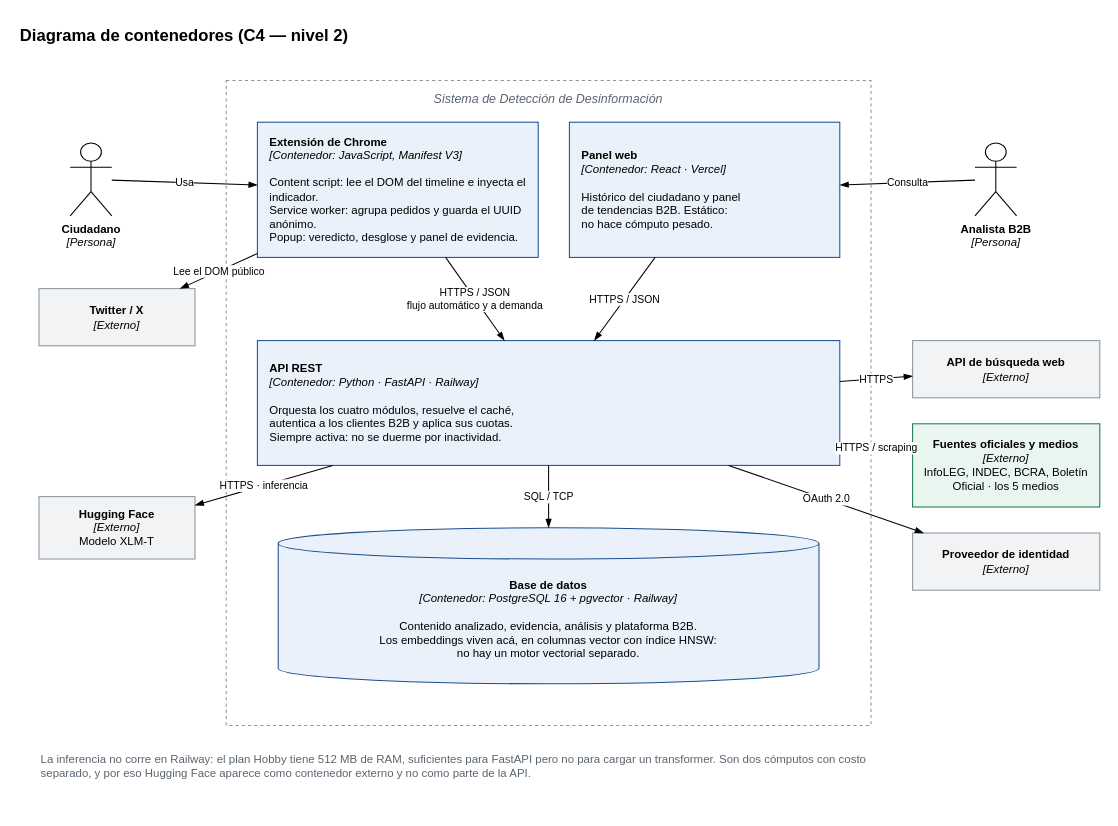
Earlier version of the draw.io diagram wiki/assets/diagramas/c4-contenedores.drawio (martinnbejarano/PFI-Wiki). Source tidied: cells renumbered, new cells numbered last; positions are measured from the earlier drawing's top-left corner, leaving out a move shared by most shapes. Both pictures are drawn from the tidied source at 104%, with x=0, y=0 at pixel (18, 18).
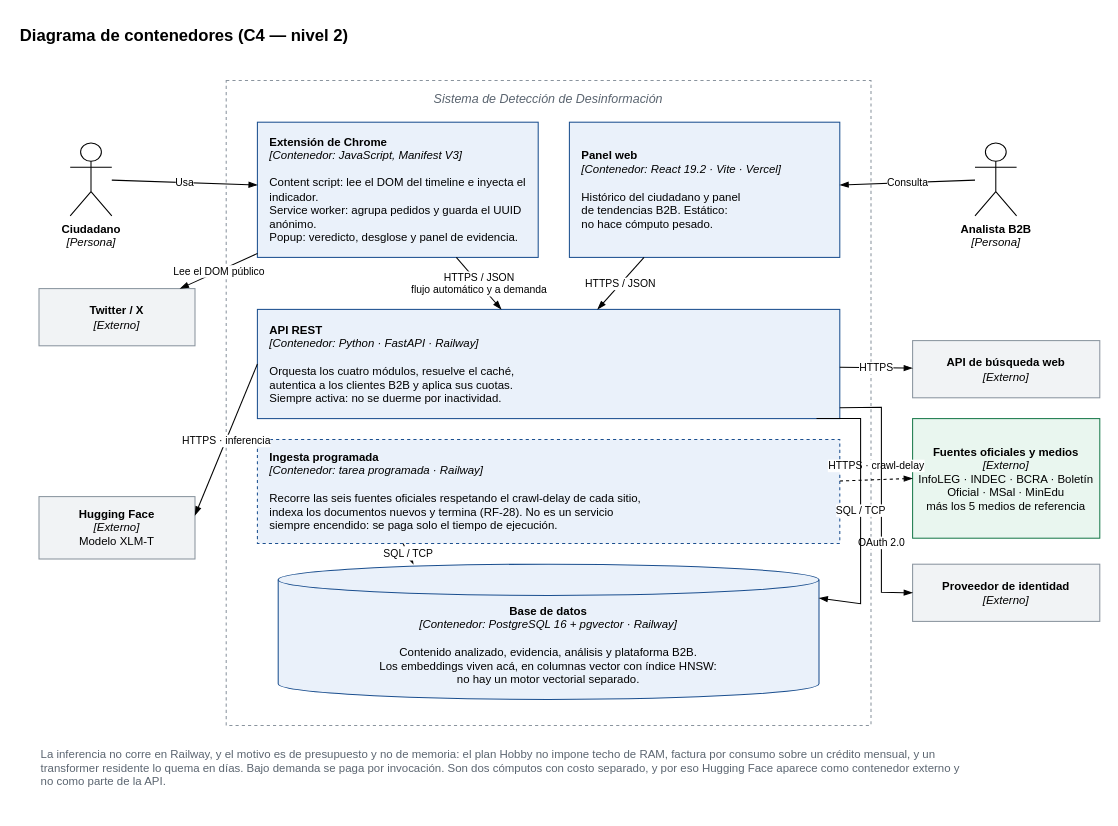
After the change.

The change refers to these unchanged cells:
```xml
<mxCell id="11" value="&lt;b&gt;Hugging Face&lt;/b&gt;&#10;&lt;i&gt;[Externo]&lt;/i&gt;&#10;Modelo XLM-T" style="rounded=0;whiteSpace=wrap;html=1;fillColor=#f1f3f5;strokeColor=#8a949e;fontSize=11;" parent="1" vertex="1">
  <mxGeometry x="20" y="460" width="150" height="60" as="geometry" />
</mxCell>
```

Change to the diagram source:
```diff
@@
-    <mxCell id="5" value="&lt;b&gt;Panel web&lt;/b&gt;&#10;&lt;i&gt;[Contenedor: React · Vercel]&lt;/i&gt;&#10;&#10;Histórico del ciudadano y panel&#10;de tendencias B2B. Estático:&#10;no hace cómputo pesado." style="rounded=0;whiteSpace=wrap;html=1;fillColor=#eaf1fa;strokeColor=#1b4f8f;fontSize=11;align=left;spacingLeft=10;" parent="1" vertex="1">
+    <mxCell id="5" value="&lt;b&gt;Panel web&lt;/b&gt;&#10;&lt;i&gt;[Contenedor: React 19.2 · Vite · Vercel]&lt;/i&gt;&#10;&#10;Histórico del ciudadano y panel&#10;de tendencias B2B. Estático:&#10;no hace cómputo pesado." style="rounded=0;whiteSpace=wrap;html=1;fillColor=#eaf1fa;strokeColor=#1b4f8f;fontSize=11;align=left;spacingLeft=10;" parent="1" vertex="1">
       <mxGeometry x="530" y="100" width="260" height="130" as="geometry" />
     </mxCell>
     <mxCell id="6" value="&lt;b&gt;API REST&lt;/b&gt;&#10;&lt;i&gt;[Contenedor: Python · FastAPI · Railway]&lt;/i&gt;&#10;&#10;Orquesta los cuatro módulos, resuelve el caché,&#10;autentica a los clientes B2B y aplica sus cuotas.&#10;Siempre activa: no se duerme por inactividad." style="rounded=0;whiteSpace=wrap;html=1;fillColor=#eaf1fa;strokeColor=#1b4f8f;fontSize=11;align=left;spacingLeft=10;" parent="1" vertex="1">
-      <mxGeometry x="230" y="310" width="560" height="120" as="geometry" />
+      <mxGeometry x="230" y="280" width="560" height="105" as="geometry" />
     </mxCell>
+    <mxCell id="26" value="&lt;b&gt;Ingesta programada&lt;/b&gt;&#10;&lt;i&gt;[Contenedor: tarea programada · Railway]&lt;/i&gt;&#10;&#10;Recorre las seis fuentes oficiales respetando el crawl-delay de cada sitio,&#10;indexa los documentos nuevos y termina (RF-28). No es un servicio&#10;siempre encendido: se paga solo el tiempo de ejecución." style="rounded=0;whiteSpace=wrap;html=1;fillColor=#eaf1fa;strokeColor=#1b4f8f;fontSize=11;align=left;spacingLeft=10;dashed=1;" parent="1" vertex="1">
+      <mxGeometry x="230" y="405" width="560" height="100" as="geometry" />
+    </mxCell>
     <mxCell id="7" value="&lt;b&gt;Base de datos&lt;/b&gt;&#10;&lt;i&gt;[Contenedor: PostgreSQL 16 + pgvector · Railway]&lt;/i&gt;&#10;&#10;Contenido analizado, evidencia, análisis y plataforma B2B.&#10;Los embeddings viven acá, en columnas vector con índice HNSW:&#10;no hay un motor vectorial separado." style="shape=cylinder3;boundedLbl=1;backgroundOutline=1;size=15;whiteSpace=wrap;html=1;fillColor=#eaf1fa;strokeColor=#1b4f8f;fontSize=11;" parent="1" vertex="1">
-      <mxGeometry x="250" y="490" width="520" height="150" as="geometry" />
+      <mxGeometry x="250" y="525" width="520" height="130" as="geometry" />
     </mxCell>
@@
-    <mxCell id="13" value="&lt;b&gt;Fuentes oficiales y medios&lt;/b&gt;&#10;&lt;i&gt;[Externo]&lt;/i&gt;&#10;InfoLEG, INDEC, BCRA, Boletín&#10;Oficial · los 5 medios" style="rounded=0;whiteSpace=wrap;html=1;fillColor=#e9f6ef;strokeColor=#1a7a4c;fontSize=11;" parent="1" vertex="1">
-      <mxGeometry x="860" y="390" width="180" height="80" as="geometry" />
+    <mxCell id="13" value="&lt;b&gt;Fuentes oficiales y medios&lt;/b&gt;&#10;&lt;i&gt;[Externo]&lt;/i&gt;&#10;InfoLEG · INDEC · BCRA · Boletín&#10;Oficial · MSal · MinEdu&#10;más los 5 medios de referencia" style="rounded=0;whiteSpace=wrap;html=1;fillColor=#e9f6ef;strokeColor=#1a7a4c;fontSize=11;" parent="1" vertex="1">
+      <mxGeometry x="860" y="385" width="180" height="115" as="geometry" />
     </mxCell>
     <mxCell id="14" value="&lt;b&gt;Proveedor de identidad&lt;/b&gt;&#10;&lt;i&gt;[Externo]&lt;/i&gt;" style="rounded=0;whiteSpace=wrap;html=1;fillColor=#f1f3f5;strokeColor=#8a949e;fontSize=11;" parent="1" vertex="1">
-      <mxGeometry x="860" y="495" width="180" height="55" as="geometry" />
+      <mxGeometry x="860" y="525" width="180" height="55" as="geometry" />
     </mxCell>
@@
-    <mxCell id="20" value="HTTPS · inferencia" style="endArrow=blockThin;html=1;rounded=0;fontSize=10;endFill=1;" parent="1" edge="1" source="6" target="11">
+    <mxCell id="20" value="HTTPS · inferencia" style="endArrow=blockThin;html=1;rounded=0;fontSize=10;endFill=1;exitX=0;exitY=0.5;exitDx=0;exitDy=0;entryX=1;entryY=0.3;entryDx=0;entryDy=0;" parent="1" edge="1" source="6" target="11">
       <mxGeometry relative="1" as="geometry" />
     </mxCell>
@@
-    <mxCell id="22" value="HTTPS / scraping" style="endArrow=blockThin;html=1;rounded=0;fontSize=10;endFill=1;" parent="1" edge="1" source="6" target="13">
-      <mxGeometry relative="1" as="geometry" />
+    <mxCell id="22" value="HTTPS · crawl-delay" style="endArrow=blockThin;html=1;rounded=0;fontSize=10;endFill=1;dashed=1;exitX=1;exitY=0.4;exitDx=0;exitDy=0;entryX=0;entryY=0.5;entryDx=0;entryDy=0;" parent="1" edge="1" source="26" target="13">
+      <mxGeometry relative="1" as="geometry">
+        <mxPoint y="-14" as="offset" />
+      </mxGeometry>
     </mxCell>
-    <mxCell id="23" value="OAuth 2.0" style="endArrow=blockThin;html=1;rounded=0;fontSize=10;endFill=1;" parent="1" edge="1" source="6" target="14">
-      <mxGeometry relative="1" as="geometry" />
+    <mxCell id="23" value="OAuth 2.0" style="endArrow=blockThin;html=1;rounded=0;fontSize=10;endFill=1;exitX=1;exitY=0.9;exitDx=0;exitDy=0;entryX=0;entryY=0.5;entryDx=0;entryDy=0;" parent="1" edge="1" source="6" target="14">
+      <mxGeometry relative="1" as="geometry">
+        <Array as="points">
+          <mxPoint x="830" y="374" />
+          <mxPoint x="830" y="552" />
+        </Array>
+        <mxPoint y="46" as="offset" />
+      </mxGeometry>
     </mxCell>
-    <mxCell id="24" value="SQL / TCP" style="endArrow=blockThin;html=1;rounded=0;fontSize=10;endFill=1;" parent="1" edge="1" source="6" target="7">
-      <mxGeometry relative="1" as="geometry" />
+    <mxCell id="24" value="SQL / TCP" style="endArrow=blockThin;html=1;rounded=0;fontSize=10;endFill=1;exitX=0.96;exitY=1;exitDx=0;exitDy=0;entryX=1;entryY=0.25;entryDx=0;entryDy=0;" parent="1" edge="1" source="6" target="7">
+      <mxGeometry relative="1" as="geometry">
+        <Array as="points">
+          <mxPoint x="810" y="385" />
+          <mxPoint x="810" y="563" />
+        </Array>
+      </mxGeometry>
     </mxCell>
+    <mxCell id="27" value="SQL / TCP" style="endArrow=blockThin;html=1;rounded=0;fontSize=10;endFill=1;dashed=1;exitX=0.25;exitY=1;exitDx=0;exitDy=0;entryX=0.25;entryY=0;entryDx=0;entryDy=0;" parent="1" edge="1" source="26" target="7">
+      <mxGeometry relative="1" as="geometry" />
+    </mxCell>
-    <mxCell id="25" value="La inferencia no corre en Railway: el plan Hobby tiene 512 MB de RAM, suficientes para FastAPI pero no para cargar un transformer. Son dos cómputos con costo separado, y por eso Hugging Face aparece como contenedor externo y no como parte de la API." style="text;html=1;whiteSpace=wrap;fontSize=11;fontColor=#5b6570;align=left;" parent="1" vertex="1">
-      <mxGeometry x="20" y="700" width="800" height="60" as="geometry" />
+    <mxCell id="25" value="La inferencia no corre en Railway, y el motivo es de presupuesto y no de memoria: el plan Hobby no impone techo de RAM, factura por consumo sobre un crédito mensual, y un transformer residente lo quema en días. Bajo demanda se paga por invocación. Son dos cómputos con costo separado, y por eso Hugging Face aparece como contenedor externo y no como parte de la API." style="text;html=1;whiteSpace=wrap;fontSize=11;fontColor=#5b6570;align=left;" parent="1" vertex="1">
+      <mxGeometry x="20" y="695" width="900" height="60" as="geometry" />
     </mxCell>
```
